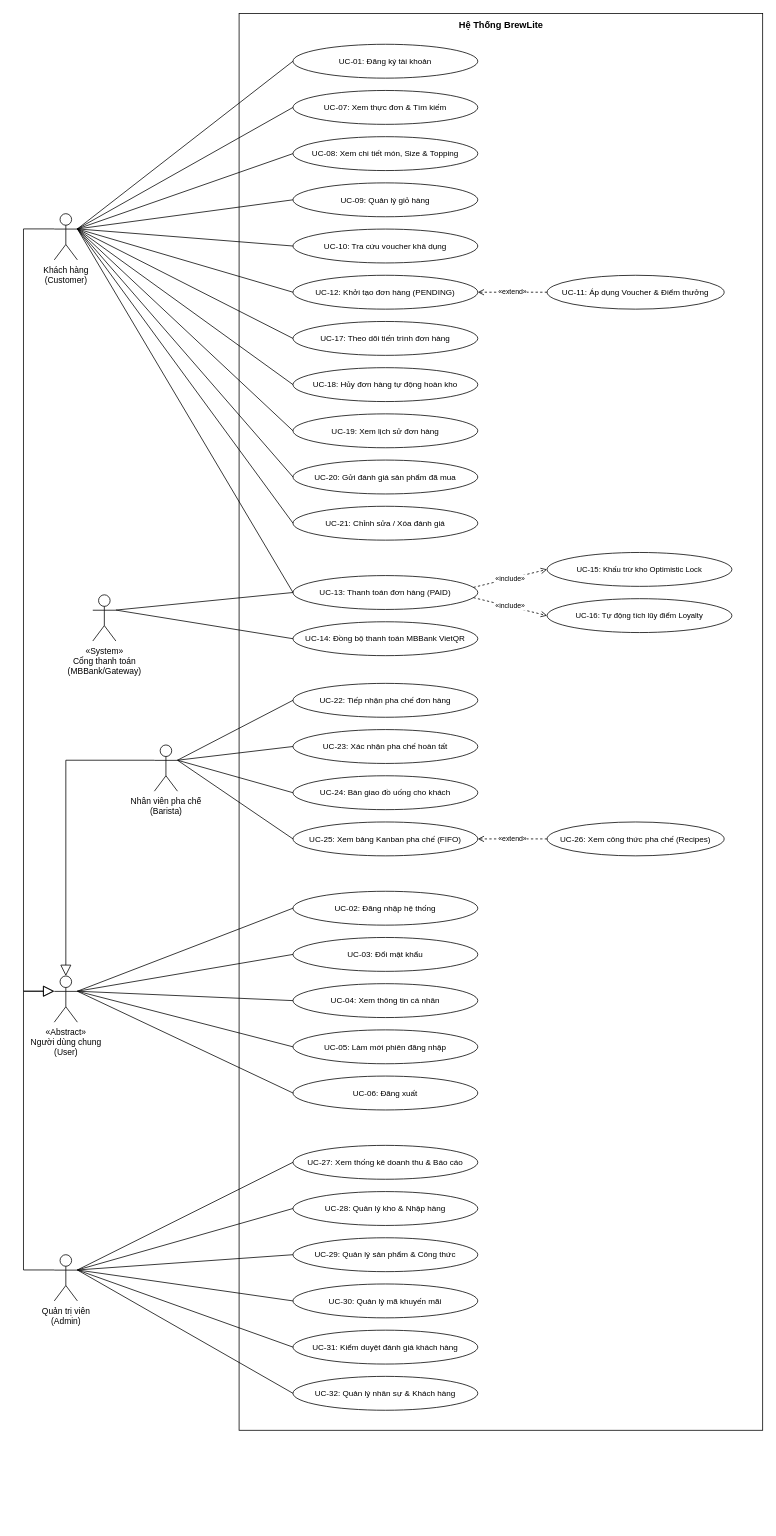
This is docs/diagrams/usecases/01-usecase-overall.drawio from hanhdevsgu/BrewLite-Assignment2, a draw.io file, before an edit. Source tidied: cells renumbered, new cells numbered last; positions are measured from the earlier drawing's top-left corner, leaving out a move shared by most shapes. Both pictures are drawn from the tidied source at 77%, with x=0, y=0 at pixel (23, 13).
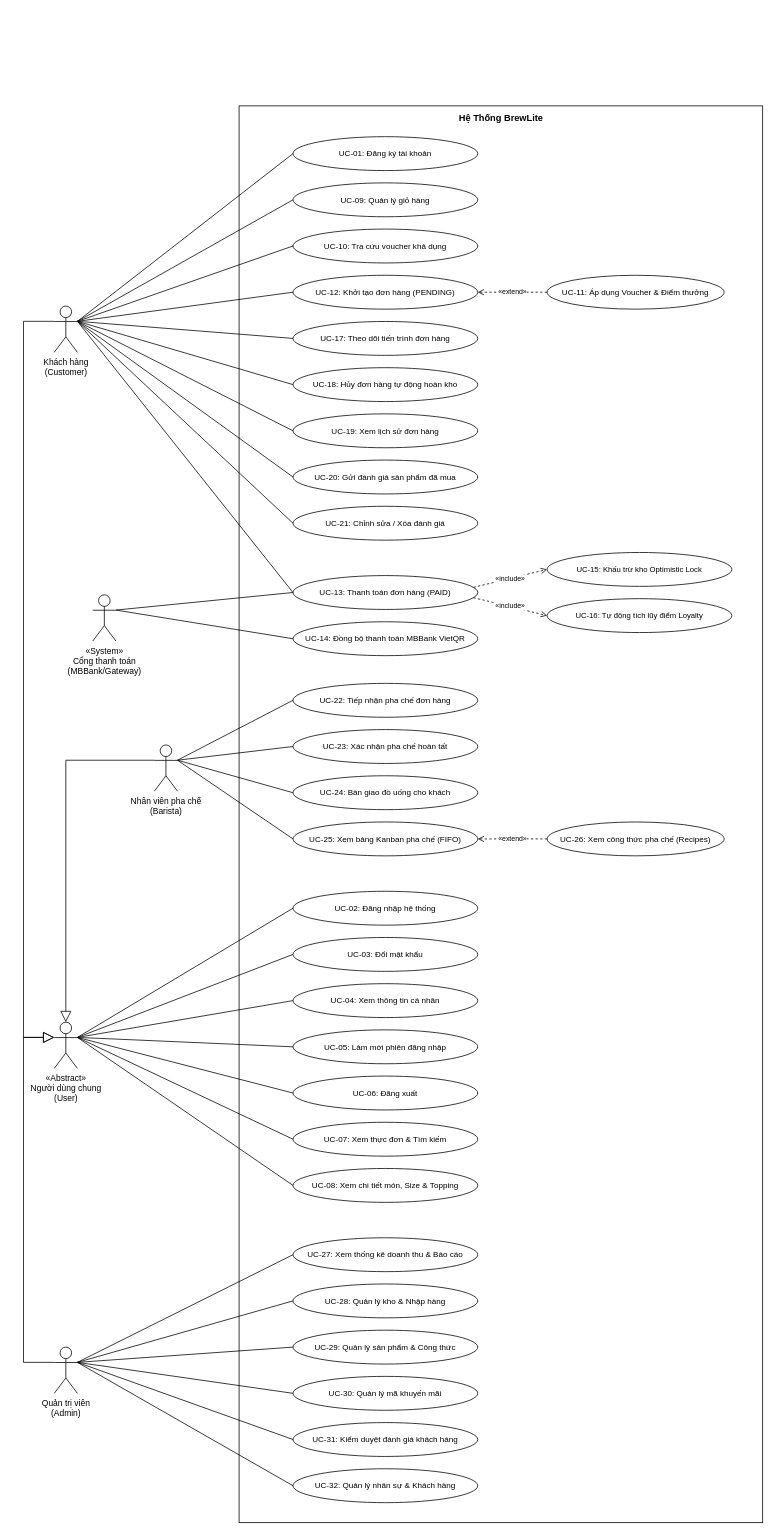
After the change.

Diff of the diagram source:
```diff
@@
     <mxCell id="2" style="rounded=0;whiteSpace=wrap;html=1;fillColor=none;strokeColor=#000000;" parent="1" vertex="1">
-      <mxGeometry x="280" width="680" height="1840" as="geometry" />
+      <mxGeometry x="280" y="120" width="680" height="1840" as="geometry" />
     </mxCell>
     <mxCell id="3" value="Hệ Thống BrewLite" style="text;html=1;align=center;verticalAlign=middle;fontSize=12;fontStyle=1;fontColor=#000000;" parent="1" vertex="1">
-      <mxGeometry x="520" y="4" width="200" height="24" as="geometry" />
+      <mxGeometry x="520" y="124" width="200" height="24" as="geometry" />
     </mxCell>
     <mxCell id="4" value="Khách hàng&lt;br&gt;(Customer)" style="shape=umlActor;verticalLabelPosition=bottom;verticalAlign=top;html=1;fontSize=11;strokeColor=#000000;fontColor=#000000;fillColor=#FFFFFF;" parent="1" vertex="1">
-      <mxGeometry x="40" y="260" width="30" height="60" as="geometry" />
+      <mxGeometry x="40" y="380" width="30" height="60" as="geometry" />
     </mxCell>
@@
     <mxCell id="7" value="«Abstract»&lt;br&gt;Người dùng chung&lt;br&gt;(User)" style="shape=umlActor;verticalLabelPosition=bottom;verticalAlign=top;html=1;fontSize=11;strokeColor=#000000;fontColor=#000000;fillColor=#FFFFFF;" parent="1" vertex="1">
-      <mxGeometry x="40" y="1250" width="30" height="60" as="geometry" />
+      <mxGeometry x="40" y="1310" width="30" height="60" as="geometry" />
     </mxCell>
     <mxCell id="8" value="Quản trị viên&lt;br&gt;(Admin)" style="shape=umlActor;verticalLabelPosition=bottom;verticalAlign=top;html=1;fontSize=11;strokeColor=#000000;fontColor=#000000;fillColor=#FFFFFF;" parent="1" vertex="1">
-      <mxGeometry x="40" y="1612" width="30" height="60" as="geometry" />
+      <mxGeometry x="40" y="1732" width="30" height="60" as="geometry" />
     </mxCell>
     <mxCell id="9" value="UC-01: Đăng ký tài khoản" style="ellipse;whiteSpace=wrap;html=1;fontSize=10.5;strokeColor=#000000;fontColor=#000000;fillColor=#FFFFFF;" parent="1" vertex="1">
-      <mxGeometry x="350" y="40" width="240" height="44" as="geometry" />
+      <mxGeometry x="350" y="160" width="240" height="44" as="geometry" />
     </mxCell>
-    <mxCell id="10" value="UC-07: Xem thực đơn &amp; Tìm kiếm" style="ellipse;whiteSpace=wrap;html=1;fontSize=10.5;strokeColor=#000000;fontColor=#000000;fillColor=#FFFFFF;" parent="1" vertex="1">
-      <mxGeometry x="350" y="100" width="240" height="44" as="geometry" />
-    </mxCell>
-    <mxCell id="11" value="UC-08: Xem chi tiết món, Size &amp; Topping" style="ellipse;whiteSpace=wrap;html=1;fontSize=10.5;strokeColor=#000000;fontColor=#000000;fillColor=#FFFFFF;" parent="1" vertex="1">
-      <mxGeometry x="350" y="160" width="240" height="44" as="geometry" />
-    </mxCell>
@@
+    <mxCell id="10" value="UC-07: Xem thực đơn &amp; Tìm kiếm" style="ellipse;whiteSpace=wrap;html=1;fontSize=10.5;strokeColor=#000000;fontColor=#000000;fillColor=#FFFFFF;" parent="1" vertex="1">
+      <mxGeometry x="350" y="1440" width="240" height="44" as="geometry" />
+    </mxCell>
+    <mxCell id="11" value="UC-08: Xem chi tiết món, Size &amp; Topping" style="ellipse;whiteSpace=wrap;html=1;fontSize=10.5;strokeColor=#000000;fontColor=#000000;fillColor=#FFFFFF;" parent="1" vertex="1">
+      <mxGeometry x="350" y="1500" width="240" height="44" as="geometry" />
+    </mxCell>
     <mxCell id="35" value="UC-27: Xem thống kê doanh thu &amp; Báo cáo" style="ellipse;whiteSpace=wrap;html=1;fontSize=10.5;strokeColor=#000000;fontColor=#000000;fillColor=#FFFFFF;" parent="1" vertex="1">
-      <mxGeometry x="350" y="1470" width="240" height="44" as="geometry" />
+      <mxGeometry x="350" y="1590" width="240" height="44" as="geometry" />
     </mxCell>
     <mxCell id="36" value="UC-28: Quản lý kho &amp; Nhập hàng" style="ellipse;whiteSpace=wrap;html=1;fontSize=10.5;strokeColor=#000000;fontColor=#000000;fillColor=#FFFFFF;" parent="1" vertex="1">
-      <mxGeometry x="350" y="1530" width="240" height="44" as="geometry" />
+      <mxGeometry x="350" y="1650" width="240" height="44" as="geometry" />
     </mxCell>
     <mxCell id="37" value="UC-29: Quản lý sản phẩm &amp; Công thức" style="ellipse;whiteSpace=wrap;html=1;fontSize=10.5;strokeColor=#000000;fontColor=#000000;fillColor=#FFFFFF;" parent="1" vertex="1">
-      <mxGeometry x="350" y="1590" width="240" height="44" as="geometry" />
+      <mxGeometry x="350" y="1710" width="240" height="44" as="geometry" />
     </mxCell>
     <mxCell id="38" value="UC-30: Quản lý mã khuyến mãi" style="ellipse;whiteSpace=wrap;html=1;fontSize=10.5;strokeColor=#000000;fontColor=#000000;fillColor=#FFFFFF;" parent="1" vertex="1">
-      <mxGeometry x="350" y="1650" width="240" height="44" as="geometry" />
+      <mxGeometry x="350" y="1770" width="240" height="44" as="geometry" />
     </mxCell>
     <mxCell id="39" value="UC-31: Kiểm duyệt đánh giá khách hàng" style="ellipse;whiteSpace=wrap;html=1;fontSize=10.5;strokeColor=#000000;fontColor=#000000;fillColor=#FFFFFF;" parent="1" vertex="1">
-      <mxGeometry x="350" y="1710" width="240" height="44" as="geometry" />
+      <mxGeometry x="350" y="1830" width="240" height="44" as="geometry" />
     </mxCell>
     <mxCell id="40" value="UC-32: Quản lý nhân sự &amp; Khách hàng" style="ellipse;whiteSpace=wrap;html=1;fontSize=10.5;strokeColor=#000000;fontColor=#000000;fillColor=#FFFFFF;" parent="1" vertex="1">
-      <mxGeometry x="350" y="1770" width="240" height="44" as="geometry" />
+      <mxGeometry x="350" y="1890" width="240" height="44" as="geometry" />
     </mxCell>
@@
-    <mxCell id="42" style="endArrow=none;html=1;strokeColor=#000000;exitX=1;exitY=0.33;exitDx=0;exitDy=0;entryX=0;entryY=0.5;entryDx=0;entryDy=0;" parent="1" edge="1" source="4" target="10">
+    <mxCell id="42" style="endArrow=none;html=1;strokeColor=#000000;exitX=1;exitY=0.33;exitDx=0;exitDy=0;entryX=0;entryY=0.5;entryDx=0;entryDy=0;" parent="1" edge="1" source="7" target="10">
       <mxGeometry relative="1" as="geometry" />
     </mxCell>
-    <mxCell id="43" style="endArrow=none;html=1;strokeColor=#000000;exitX=1;exitY=0.33;exitDx=0;exitDy=0;entryX=0;entryY=0.5;entryDx=0;entryDy=0;" parent="1" edge="1" source="4" target="11">
+    <mxCell id="43" style="endArrow=none;html=1;strokeColor=#000000;exitX=1;exitY=0.33;exitDx=0;exitDy=0;entryX=0;entryY=0.5;entryDx=0;entryDy=0;" parent="1" edge="1" source="7" target="11">
       <mxGeometry relative="1" as="geometry" />
     </mxCell>
@@
     <mxCell id="70" style="edgeStyle=orthogonalEdgeStyle;rounded=0;endArrow=block;endFill=0;endSize=12;html=1;strokeColor=#000000;exitX=0;exitY=0.33;exitDx=0;exitDy=0;entryX=0;entryY=0.33;entryDx=0;entryDy=0;" parent="1" edge="1" source="4" target="7">
       <mxGeometry relative="1" as="geometry">
         <Array as="points">
-          <mxPoint y="280" />
-          <mxPoint y="1270" />
+          <mxPoint y="400" />
+          <mxPoint y="1330" />
         </Array>
       </mxGeometry>
     </mxCell>
@@
     <mxCell id="72" style="edgeStyle=orthogonalEdgeStyle;rounded=0;endArrow=block;endFill=0;endSize=12;html=1;strokeColor=#000000;exitX=0;exitY=0.33;exitDx=0;exitDy=0;entryX=0;entryY=0.33;entryDx=0;entryDy=0;" parent="1" edge="1" source="8" target="7">
       <mxGeometry relative="1" as="geometry">
         <Array as="points">
-          <mxPoint y="1632" />
-          <mxPoint y="1270" />
+          <mxPoint y="1752" />
+          <mxPoint y="1330" />
         </Array>
       </mxGeometry>
     </mxCell>
```
